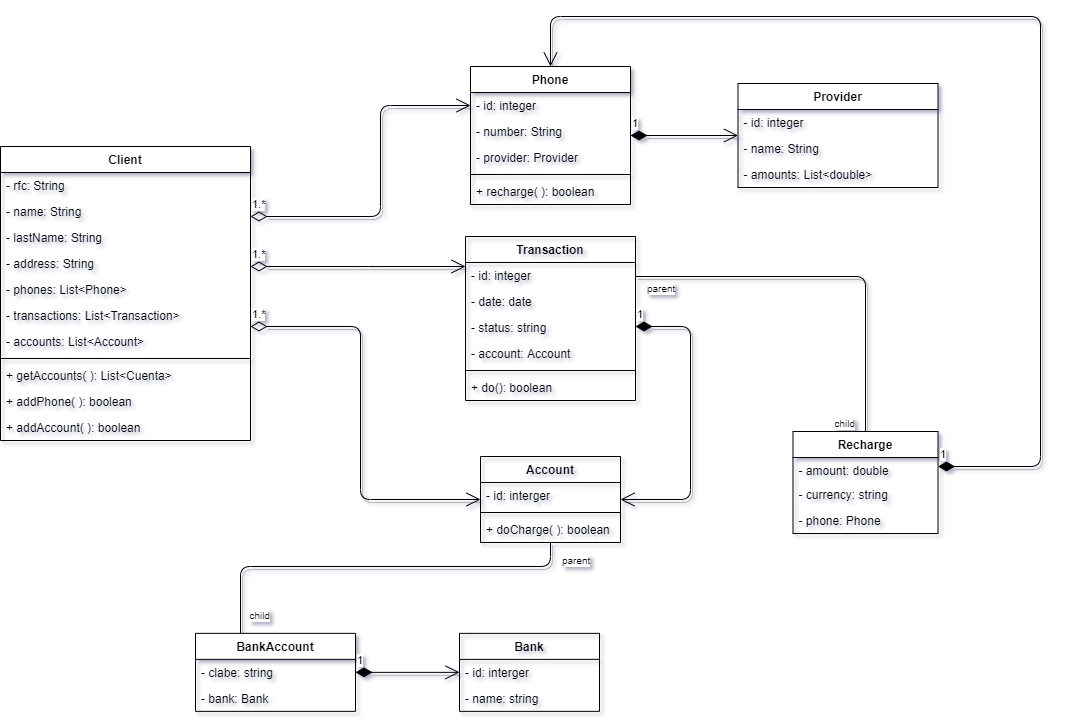
Earlier version of the draw.io export diagrama.png (agustincperalta/APIWalletRecargas). Source tidied: cells renumbered, new cells last; positions are measured from the earlier drawing's top-left corner, leaving out a move shared by most shapes.
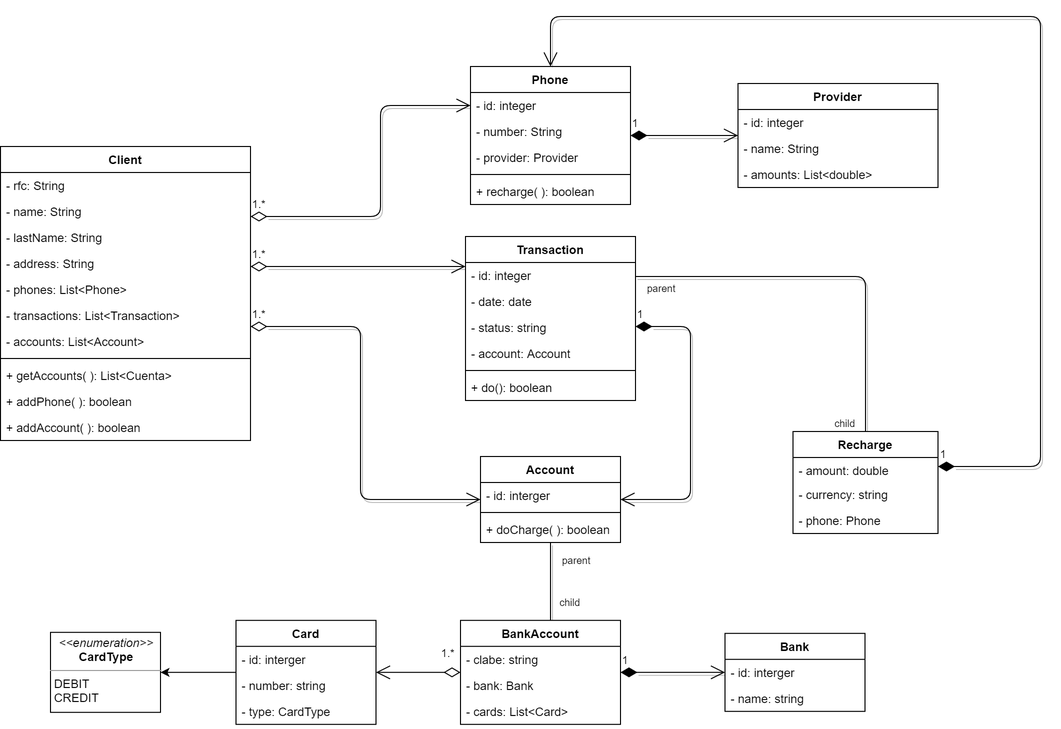
Above is the later version.

What changed in the source:
```diff
@@ -78,8 +78,8 @@
     <mxCell id="23" style="endArrow=none;html=1;edgeStyle=orthogonalEdgeStyle;shadow=1;" parent="1" edge="1" source="43" target="48">
       <mxGeometry relative="1" as="geometry">
         <Array as="points">
-          <mxPoint x="550" y="550" />
-          <mxPoint x="240" y="550" />
+          <mxPoint x="550" y="610" />
+          <mxPoint x="550" y="610" />
         </Array>
       </mxGeometry>
     </mxCell>
@@ -183,15 +183,6 @@
         </Array>
       </mxGeometry>
     </mxCell>
-    <mxCell id="48" value="BankAccount" style="swimlane;fontStyle=1;align=center;verticalAlign=top;horizontal=1;startSize=26;" parent="1" vertex="1">
-      <mxGeometry x="195" y="616.9" width="160" height="78" as="geometry" />
-    </mxCell>
-    <mxCell id="49" value="- clabe: string" style="text;strokeColor=none;fillColor=none;align=left;verticalAlign=top;spacingLeft=4;spacingRight=4;overflow=hidden;" parent="48" vertex="1">
-      <mxGeometry y="26" width="160" height="26" as="geometry" />
-    </mxCell>
-    <mxCell id="50" value="- bank: Bank" style="text;strokeColor=none;fillColor=none;align=left;verticalAlign=top;spacingLeft=4;spacingRight=4;overflow=hidden;shadow=1;" parent="48" vertex="1">
-      <mxGeometry y="52" width="160" height="26" as="geometry" />
-    </mxCell>
     <mxCell id="51" value="Provider" style="swimlane;fontStyle=1;align=center;verticalAlign=top;horizontal=1;startSize=26;" parent="1" vertex="1">
       <mxGeometry x="737.5" y="67" width="200" height="104" as="geometry" />
     </mxCell>
@@ -204,8 +195,14 @@
     <mxCell id="54" value="- amounts: List&lt;double&gt;" style="text;strokeColor=none;fillColor=none;align=left;verticalAlign=top;spacingLeft=4;spacingRight=4;overflow=hidden;shadow=1;" parent="51" vertex="1">
       <mxGeometry y="78" width="200" height="26" as="geometry" />
     </mxCell>
+    <mxCell id="58" value="1.*" style="endArrow=open;html=1;endSize=12;startArrow=diamondThin;startSize=14;startFill=0;edgeStyle=orthogonalEdgeStyle;align=left;verticalAlign=bottom;" parent="1" edge="1" source="48" target="61">
+      <mxGeometry x="-0.5" y="-10" relative="1" as="geometry" />
+    </mxCell>
+    <mxCell id="59" value="&lt;p style=&quot;margin: 0px ; margin-top: 4px ; text-align: center&quot;&gt;&lt;i&gt;&amp;lt;&amp;lt;enumeration&amp;gt;&amp;gt;&lt;/i&gt;&lt;br&gt;&lt;b&gt;CardType&lt;/b&gt;&lt;/p&gt;&lt;hr size=&quot;1&quot;&gt;&lt;p style=&quot;margin: 0px ; margin-left: 4px&quot;&gt;DEBIT&lt;/p&gt;&lt;p style=&quot;margin: 0px ; margin-left: 4px&quot;&gt;CREDIT&lt;/p&gt;" style="verticalAlign=top;align=left;overflow=fill;fontSize=12;fontFamily=Helvetica;html=1;" parent="1" vertex="1">
+      <mxGeometry x="50" y="615.9" width="110" height="80" as="geometry" />
+    </mxCell>
     <mxCell id="55" value="Bank" style="swimlane;fontStyle=1;horizontal=1;startSize=26;fillColor=none;" parent="1" vertex="1">
-      <mxGeometry x="459" y="616.9" width="140" height="78" as="geometry" />
+      <mxGeometry x="724.5" y="616.9" width="140" height="78" as="geometry" />
     </mxCell>
     <mxCell id="56" value="- id: interger" style="text;strokeColor=none;fillColor=none;align=left;verticalAlign=top;spacingLeft=4;spacingRight=4;overflow=hidden;" parent="55" vertex="1">
       <mxGeometry y="26" width="140" height="26" as="geometry" />
@@ -213,5 +210,32 @@
     <mxCell id="57" value="- name: string" style="text;strokeColor=none;fillColor=none;align=left;verticalAlign=top;spacingLeft=4;spacingRight=4;overflow=hidden;" parent="55" vertex="1">
       <mxGeometry y="52" width="140" height="26" as="geometry" />
     </mxCell>
+    <mxCell id="60" style="edgeStyle=orthogonalEdgeStyle;rounded=0;jettySize=auto;html=1;" parent="1" edge="1" source="61" target="59">
+      <mxGeometry relative="1" as="geometry" />
+    </mxCell>
+    <mxCell id="61" value="Card" style="swimlane;fontStyle=1;horizontal=1;startSize=26;fillColor=none;" parent="1" vertex="1">
+      <mxGeometry x="235.5" y="603.9" width="140" height="104" as="geometry" />
+    </mxCell>
+    <mxCell id="62" value="- id: interger" style="text;strokeColor=none;fillColor=none;align=left;verticalAlign=top;spacingLeft=4;spacingRight=4;overflow=hidden;" parent="61" vertex="1">
+      <mxGeometry y="26" width="140" height="26" as="geometry" />
+    </mxCell>
+    <mxCell id="63" value="- number: string" style="text;strokeColor=none;fillColor=none;align=left;verticalAlign=top;spacingLeft=4;spacingRight=4;overflow=hidden;" parent="61" vertex="1">
+      <mxGeometry y="52" width="140" height="26" as="geometry" />
+    </mxCell>
+    <mxCell id="64" value="- type: CardType" style="text;strokeColor=none;fillColor=none;align=left;verticalAlign=top;spacingLeft=4;spacingRight=4;overflow=hidden;" parent="61" vertex="1">
+      <mxGeometry y="78" width="140" height="26" as="geometry" />
+    </mxCell>
+    <mxCell id="48" value="BankAccount" style="swimlane;fontStyle=1;align=center;verticalAlign=top;horizontal=1;startSize=26;" parent="1" vertex="1">
+      <mxGeometry x="460" y="603.9" width="160" height="104" as="geometry" />
+    </mxCell>
+    <mxCell id="49" value="- clabe: string" style="text;strokeColor=none;fillColor=none;align=left;verticalAlign=top;spacingLeft=4;spacingRight=4;overflow=hidden;" parent="48" vertex="1">
+      <mxGeometry y="26" width="160" height="26" as="geometry" />
+    </mxCell>
+    <mxCell id="65" value="- bank: Bank" style="text;strokeColor=none;fillColor=none;align=left;verticalAlign=top;spacingLeft=4;spacingRight=4;overflow=hidden;shadow=1;" parent="48" vertex="1">
+      <mxGeometry y="52" width="160" height="26" as="geometry" />
+    </mxCell>
+    <mxCell id="50" value="- cards: List&lt;Card&gt;" style="text;strokeColor=none;fillColor=none;align=left;verticalAlign=top;spacingLeft=4;spacingRight=4;overflow=hidden;shadow=1;" parent="48" vertex="1">
+      <mxGeometry y="78" width="160" height="26" as="geometry" />
+    </mxCell>
   </root>
 </mxGraphModel>
```
